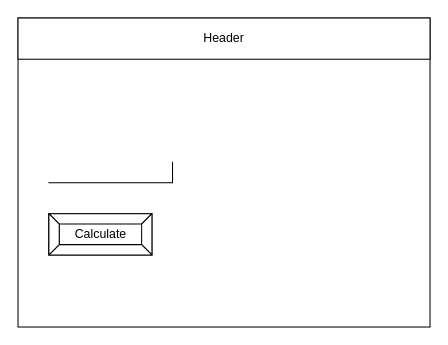
Before: design/story-board.drawio in Lucas-Tyman/ICS2O-UNit6-02-HTML, a draw.io diagram. Source tidied: cells renumbered, new cells numbered last; positions are measured from the earlier drawing's top-left corner, leaving out a move shared by most shapes. Both pictures are drawn from the tidied source at 103%, with x=0, y=0 at pixel (18, 18).
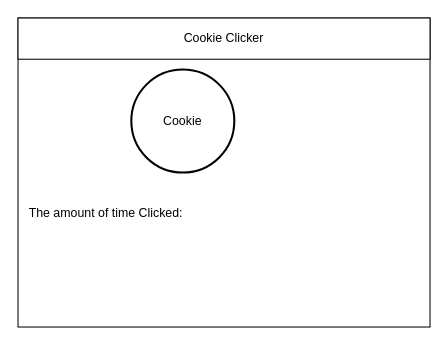
The same page after the edit.

Change to the diagram source:
```diff
@@
 <mxGraphModel>
   <root>
     <mxCell id="0" />
     <mxCell id="1" parent="0" />
     <mxCell id="2" style="rounded=0;whiteSpace=wrap;html=1;" parent="1" vertex="1">
       <mxGeometry width="400" height="300" as="geometry" />
     </mxCell>
-    <mxCell id="3" value="Header" style="rounded=0;whiteSpace=wrap;html=1;" parent="1" vertex="1">
+    <mxCell id="3" value="Cookie Clicker" style="rounded=0;whiteSpace=wrap;html=1;" parent="1" vertex="1">
       <mxGeometry width="400" height="40" as="geometry" />
     </mxCell>
-    <mxCell id="4" style="shape=partialRectangle;whiteSpace=wrap;html=1;top=0;left=0;fillColor=none;" parent="1" vertex="1">
-      <mxGeometry x="30" y="140" width="120" height="20" as="geometry" />
-    </mxCell>
-    <mxCell id="5" value="Calculate" style="labelPosition=center;verticalLabelPosition=middle;align=center;html=1;shape=mxgraph.basic.button;dx=10;" parent="1" vertex="1">
-      <mxGeometry x="30" y="190" width="100" height="40" as="geometry" />
-    </mxCell>
+    <mxCell id="6" value="Cookie" style="strokeWidth=2;html=1;shape=mxgraph.flowchart.start_2;whiteSpace=wrap;" parent="1" vertex="1">
+      <mxGeometry x="110" y="50" width="100" height="100" as="geometry" />
+    </mxCell>
+    <mxCell id="7" value="The amount of time Clicked:" style="text;html=1;align=center;verticalAlign=middle;strokeColor=none;fillColor=none;" parent="1" vertex="1">
+      <mxGeometry y="180" width="170" height="20" as="geometry" />
+    </mxCell>
   </root>
 </mxGraphModel>
```
